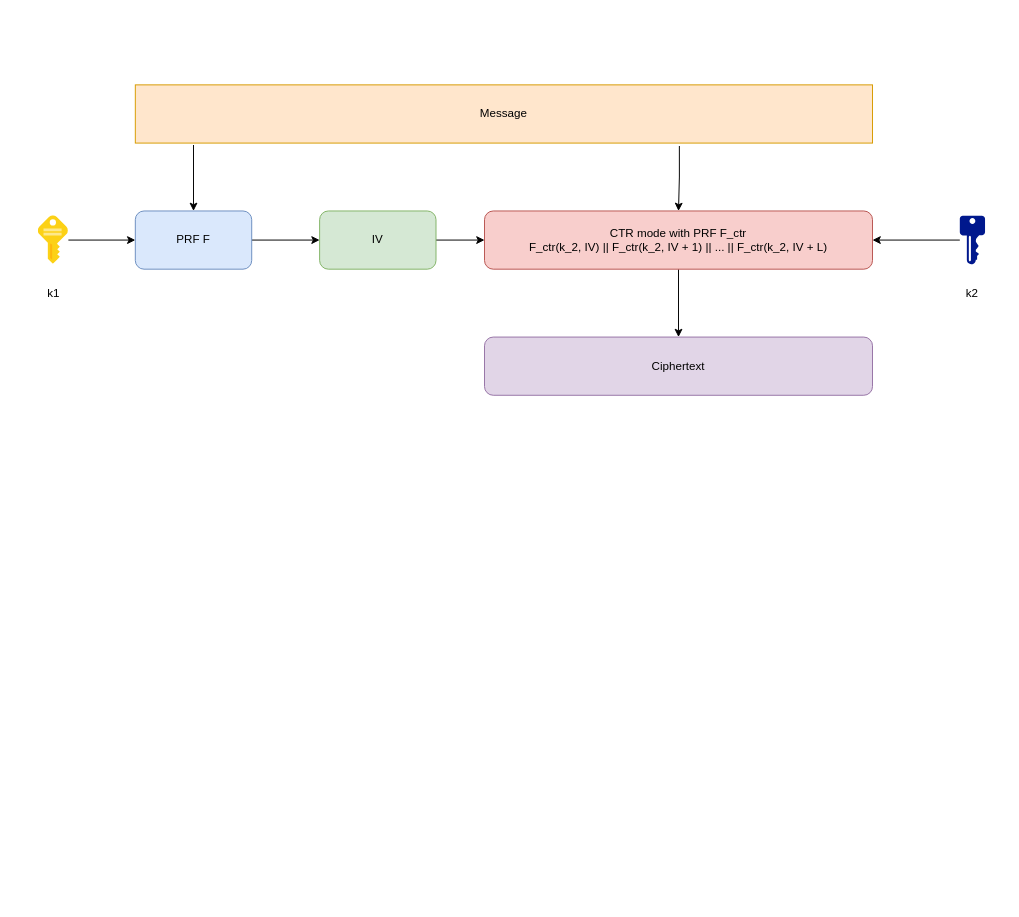
Above: SIV.drawio in da0p/diagram-notes (draw.io), before the change. Source tidied: cells renumbered, new cells numbered last; positions are measured from the earlier drawing's top-left corner, leaving out a move shared by most shapes. Both pictures are drawn from the tidied source at 97%, with x=0, y=0 at pixel (24, 84).
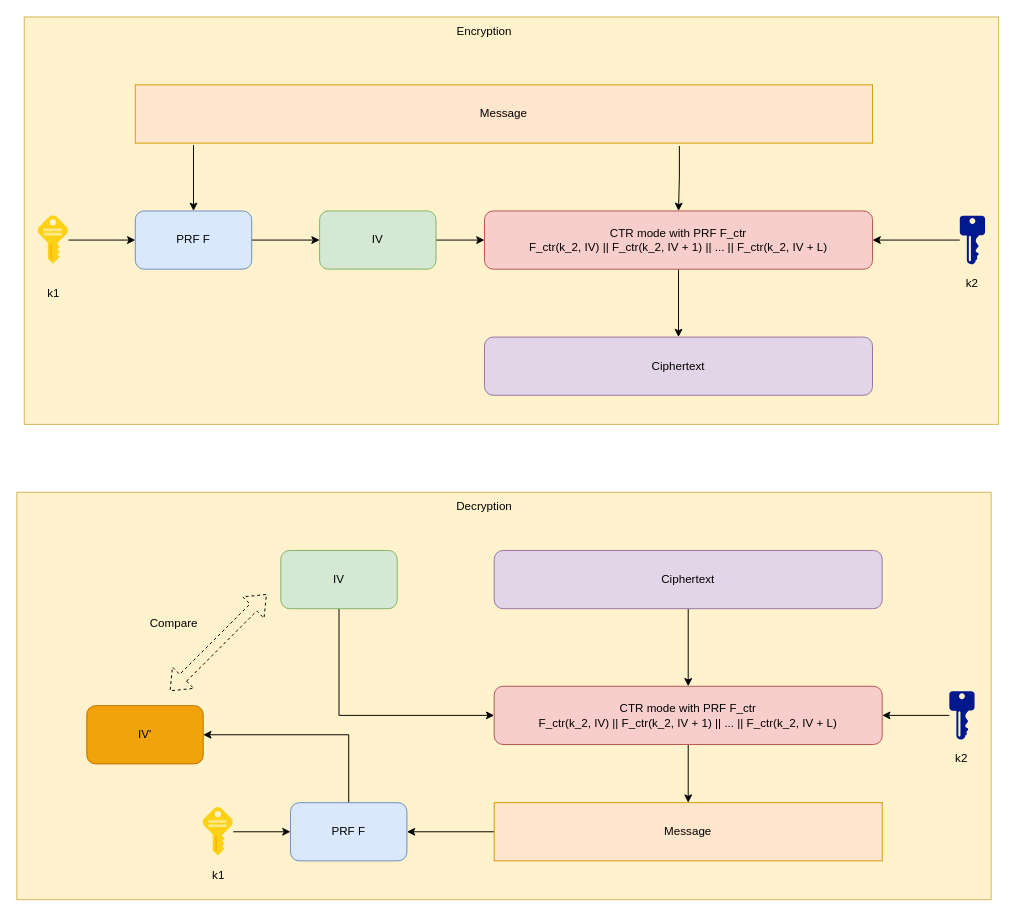
After the change.

The edit, as a diff of the source:
```diff
@@
+    <mxCell id="18" style="rounded=0;whiteSpace=wrap;html=1;fillColor=#fff2cc;strokeColor=#d6b656;" parent="1" vertex="1">
+      <mxGeometry x="-0.5" y="-70" width="1004.5" height="420" as="geometry" />
+    </mxCell>
@@
     <mxCell id="17" value="k2" style="text;html=1;align=center;verticalAlign=middle;whiteSpace=wrap;rounded=0;" parent="1" vertex="1">
-      <mxGeometry x="947" y="200" width="60" height="30" as="geometry" />
+      <mxGeometry x="947" y="190" width="60" height="30" as="geometry" />
     </mxCell>
+    <mxCell id="19" value="Encryption" style="text;html=1;align=center;verticalAlign=middle;whiteSpace=wrap;rounded=0;" parent="1" vertex="1">
+      <mxGeometry x="444" y="-70" width="60" height="30" as="geometry" />
+    </mxCell>
+    <mxCell id="20" style="rounded=0;whiteSpace=wrap;html=1;fillColor=#fff2cc;strokeColor=#d6b656;" parent="1" vertex="1">
+      <mxGeometry x="-8.2" y="420" width="1004.5" height="420" as="geometry" />
+    </mxCell>
+    <mxCell id="21" value="Decryption" style="text;html=1;align=center;verticalAlign=middle;whiteSpace=wrap;rounded=0;" parent="1" vertex="1">
+      <mxGeometry x="444" y="420" width="60" height="30" as="geometry" />
+    </mxCell>
+    <mxCell id="22" style="edgeStyle=orthogonalEdgeStyle;rounded=0;jettySize=auto;html=1;" parent="1" edge="1" source="23" target="25">
+      <mxGeometry relative="1" as="geometry" />
+    </mxCell>
+    <mxCell id="23" value="Ciphertext" style="rounded=1;whiteSpace=wrap;html=1;fillColor=#e1d5e7;strokeColor=#9673a6;" parent="1" vertex="1">
+      <mxGeometry x="484" y="480" width="400" height="60" as="geometry" />
+    </mxCell>
+    <mxCell id="24" style="edgeStyle=orthogonalEdgeStyle;rounded=0;jettySize=auto;html=1;" parent="1" edge="1" source="25" target="27">
+      <mxGeometry relative="1" as="geometry" />
+    </mxCell>
+    <mxCell id="25" value="CTR mode with PRF F_ctr&lt;br&gt;F_ctr(k_2, IV) || F_ctr(k_2, IV + 1) || ... || F_ctr(k_2, IV + L)" style="rounded=1;whiteSpace=wrap;html=1;fillColor=#f8cecc;strokeColor=#b85450;" parent="1" vertex="1">
+      <mxGeometry x="484" y="620" width="400" height="60" as="geometry" />
+    </mxCell>
+    <mxCell id="26" style="edgeStyle=orthogonalEdgeStyle;rounded=0;jettySize=auto;html=1;" parent="1" edge="1" source="27" target="31">
+      <mxGeometry relative="1" as="geometry" />
+    </mxCell>
+    <mxCell id="27" value="Message" style="rounded=0;whiteSpace=wrap;html=1;fillColor=#ffe6cc;strokeColor=#d79b00;" parent="1" vertex="1">
+      <mxGeometry x="484" y="740" width="400" height="60" as="geometry" />
+    </mxCell>
+    <mxCell id="28" style="edgeStyle=orthogonalEdgeStyle;rounded=0;jettySize=auto;html=1;entryX=0;entryY=0.5;entryDx=0;entryDy=0;exitX=0.5;exitY=1;exitDx=0;exitDy=0;" parent="1" edge="1" source="29" target="25">
+      <mxGeometry relative="1" as="geometry" />
+    </mxCell>
+    <mxCell id="29" value="IV" style="rounded=1;whiteSpace=wrap;html=1;fillColor=#d5e8d4;strokeColor=#82b366;" parent="1" vertex="1">
+      <mxGeometry x="264" y="480" width="120" height="60" as="geometry" />
+    </mxCell>
+    <mxCell id="30" style="edgeStyle=orthogonalEdgeStyle;rounded=0;jettySize=auto;html=1;exitX=0.5;exitY=0;exitDx=0;exitDy=0;entryX=1;entryY=0.5;entryDx=0;entryDy=0;" parent="1" edge="1" source="31" target="38">
+      <mxGeometry relative="1" as="geometry" />
+    </mxCell>
+    <mxCell id="31" value="PRF F" style="rounded=1;whiteSpace=wrap;html=1;fillColor=#dae8fc;strokeColor=#6c8ebf;" parent="1" vertex="1">
+      <mxGeometry x="274" y="740" width="120" height="60" as="geometry" />
+    </mxCell>
+    <mxCell id="32" style="edgeStyle=orthogonalEdgeStyle;rounded=0;jettySize=auto;html=1;" parent="1" edge="1" source="33" target="31">
+      <mxGeometry relative="1" as="geometry" />
+    </mxCell>
+    <mxCell id="33" style="image;sketch=0;html=1;points=[];align=center;fontSize=12;image=img/lib/mscae/Key.svg;" parent="1" vertex="1">
+      <mxGeometry x="184" y="745" width="31" height="50" as="geometry" />
+    </mxCell>
+    <mxCell id="34" value="k1" style="text;html=1;align=center;verticalAlign=middle;whiteSpace=wrap;rounded=0;" parent="1" vertex="1">
+      <mxGeometry x="169.5" y="800" width="60" height="30" as="geometry" />
+    </mxCell>
+    <mxCell id="35" style="edgeStyle=orthogonalEdgeStyle;rounded=0;jettySize=auto;html=1;" parent="1" edge="1" source="36" target="25">
+      <mxGeometry relative="1" as="geometry" />
+    </mxCell>
+    <mxCell id="36" style="sketch=0;shadow=0;dashed=0;html=1;strokeColor=none;labelPosition=center;verticalLabelPosition=bottom;verticalAlign=top;align=center;fillColor=#00188D;shape=mxgraph.mscae.enterprise.key_permissions;" parent="1" vertex="1">
+      <mxGeometry x="953.2" y="625" width="26" height="50" as="geometry" />
+    </mxCell>
+    <mxCell id="37" value="k2" style="text;html=1;align=center;verticalAlign=middle;whiteSpace=wrap;rounded=0;" parent="1" vertex="1">
+      <mxGeometry x="936.2" y="680" width="60" height="30" as="geometry" />
+    </mxCell>
+    <mxCell id="38" value="IV'" style="rounded=1;whiteSpace=wrap;html=1;fillColor=#f0a30a;fontColor=#000000;strokeColor=#BD7000;" parent="1" vertex="1">
+      <mxGeometry x="64" y="640" width="120" height="60" as="geometry" />
+    </mxCell>
+    <mxCell id="39" style="shape=flexArrow;endArrow=classic;startArrow=classic;html=1;rounded=0;dashed=1;" parent="1" edge="1">
+      <mxGeometry relative="1" as="geometry">
+        <mxPoint x="149.5" y="625" as="sourcePoint" />
+        <mxPoint x="249.5" y="525" as="targetPoint" />
+      </mxGeometry>
+    </mxCell>
+    <mxCell id="40" value="Compare" style="text;html=1;align=center;verticalAlign=middle;whiteSpace=wrap;rounded=0;" parent="1" vertex="1">
+      <mxGeometry x="124" y="540" width="60" height="30" as="geometry" />
+    </mxCell>
```
